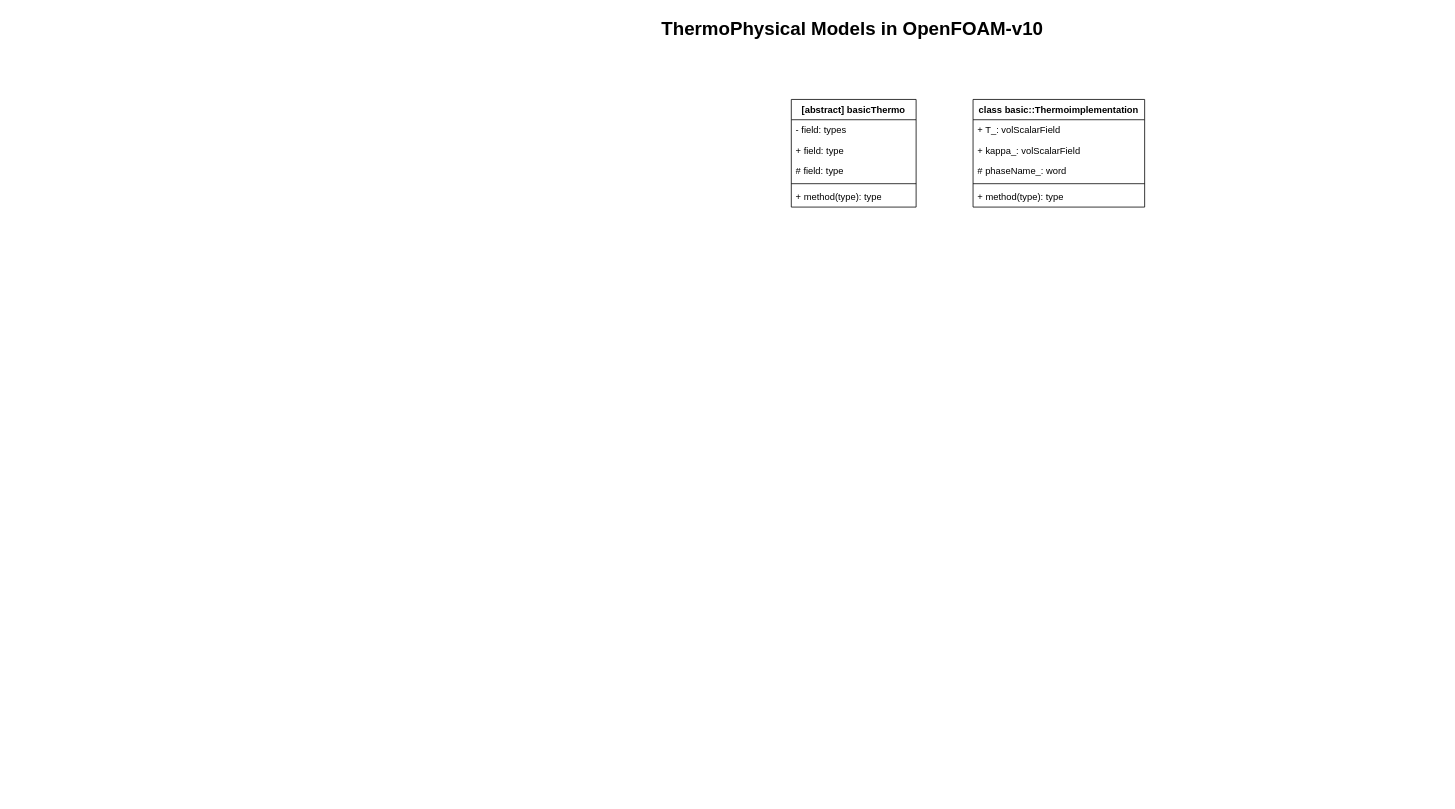
The draw.io diagram thermalPhysicalModels.drawio in MarcoYoung/drawIO, before the edit. Source tidied: cells renumbered, new cells numbered last; positions are measured from the earlier drawing's top-left corner, leaving out a move shared by most shapes. Both pictures are drawn from the tidied source at 78%, with x=0, y=0 at pixel (263, 13).
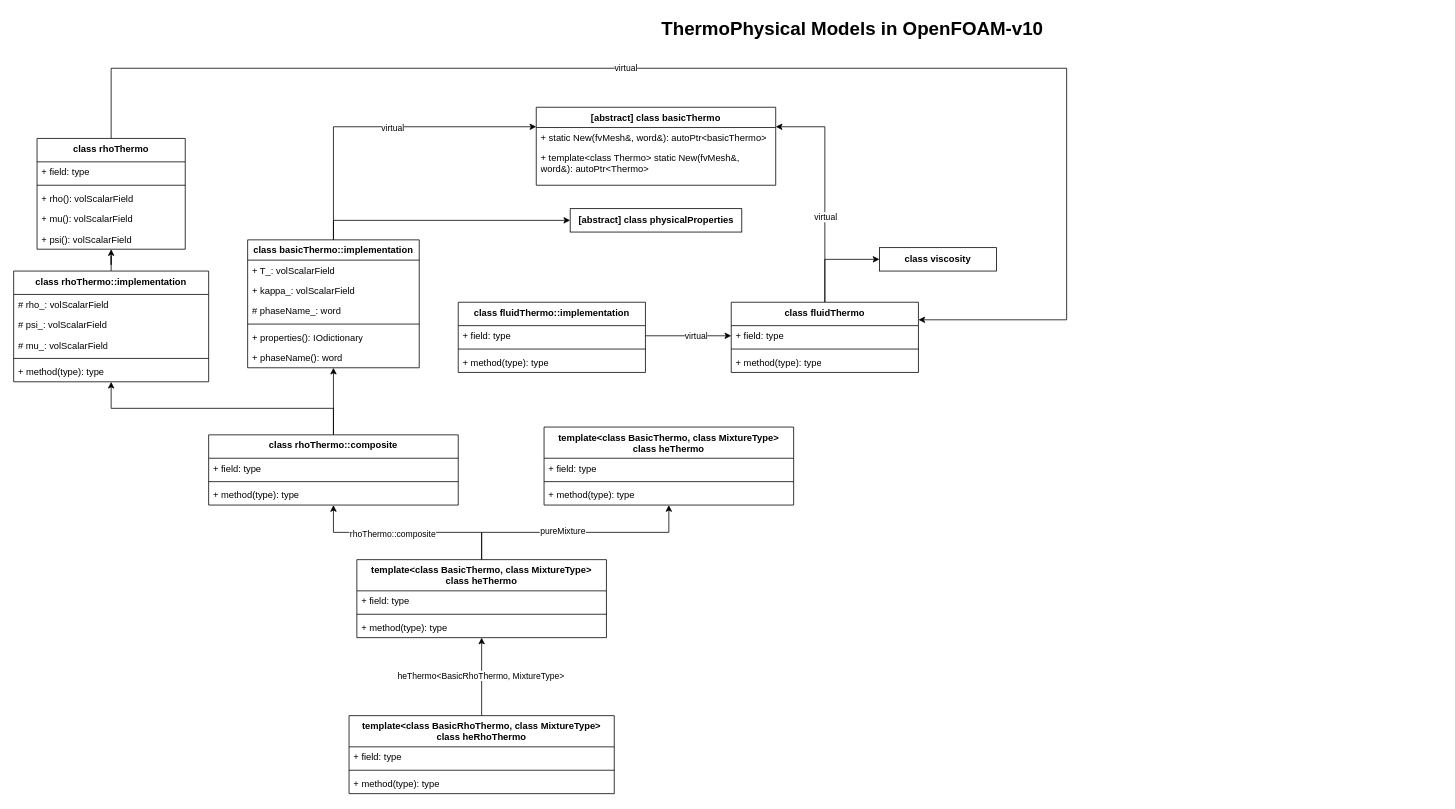
Above is the later version.

Change to the diagram source:
```diff
@@
-    <mxCell id="3" value="[abstract] basicThermo" style="swimlane;fontStyle=1;align=center;verticalAlign=top;horizontal=1;startSize=26;whiteSpace=wrap;html=1;" parent="1" vertex="1">
-      <mxGeometry x="677" y="110" width="160" height="138" as="geometry" />
+    <mxCell id="3" value="[abstract] class basicThermo" style="swimlane;fontStyle=1;align=center;verticalAlign=top;horizontal=1;startSize=26;whiteSpace=wrap;html=1;" parent="1" vertex="1">
+      <mxGeometry x="350" y="120" width="307" height="100" as="geometry" />
     </mxCell>
-    <mxCell id="4" value="- field: types" style="text;strokeColor=none;fillColor=none;align=left;verticalAlign=top;spacingLeft=4;spacingRight=4;overflow=hidden;whiteSpace=wrap;html=1;" parent="3" vertex="1">
-      <mxGeometry y="26" width="160" height="26" as="geometry" />
-    </mxCell>
-    <mxCell id="5" value="+ field: type" style="text;strokeColor=none;fillColor=none;align=left;verticalAlign=top;spacingLeft=4;spacingRight=4;overflow=hidden;whiteSpace=wrap;html=1;" parent="3" vertex="1">
-      <mxGeometry y="52" width="160" height="26" as="geometry" />
-    </mxCell>
-    <mxCell id="6" value="# field: type" style="text;strokeColor=none;fillColor=none;align=left;verticalAlign=top;spacingLeft=4;spacingRight=4;overflow=hidden;whiteSpace=wrap;html=1;" parent="3" vertex="1">
-      <mxGeometry y="78" width="160" height="26" as="geometry" />
-    </mxCell>
-    <mxCell id="7" style="line;strokeWidth=1;fillColor=none;align=left;verticalAlign=middle;spacingTop=-1;spacingLeft=3;spacingRight=3;labelPosition=right;strokeColor=inherit;" parent="3" vertex="1">
-      <mxGeometry y="104" width="160" height="8" as="geometry" />
-    </mxCell>
-    <mxCell id="8" value="+ method(type): type" style="text;strokeColor=none;fillColor=none;align=left;verticalAlign=top;spacingLeft=4;spacingRight=4;overflow=hidden;whiteSpace=wrap;html=1;" parent="3" vertex="1">
-      <mxGeometry y="112" width="160" height="26" as="geometry" />
+    <mxCell id="8" value="+ static New(fvMesh&amp;amp;, word&amp;amp;): autoPtr&amp;lt;basicThermo&amp;gt;" style="text;strokeColor=none;fillColor=none;align=left;verticalAlign=top;spacingLeft=4;spacingRight=4;overflow=hidden;whiteSpace=wrap;html=1;" parent="3" vertex="1">
+      <mxGeometry y="26" width="307" height="26" as="geometry" />
     </mxCell>
+    <mxCell id="15" value="+ template&amp;lt;class Thermo&amp;gt; static New(fvMesh&amp;amp;, word&amp;amp;): autoPtr&amp;lt;Thermo&amp;gt;" style="text;strokeColor=none;fillColor=none;align=left;verticalAlign=top;spacingLeft=4;spacingRight=4;overflow=hidden;whiteSpace=wrap;html=1;" parent="3" vertex="1">
+      <mxGeometry y="52" width="307" height="48" as="geometry" />
+    </mxCell>
+    <mxCell id="16" style="edgeStyle=orthogonalEdgeStyle;rounded=0;jettySize=auto;html=1;exitX=0.5;exitY=0;exitDx=0;exitDy=0;entryX=0;entryY=0.5;entryDx=0;entryDy=0;" parent="1" edge="1" source="9" target="18">
+      <mxGeometry relative="1" as="geometry" />
+    </mxCell>
-    <mxCell id="9" value="class basic::Thermoimplementation" style="swimlane;fontStyle=1;align=center;verticalAlign=top;horizontal=1;startSize=26;whiteSpace=wrap;html=1;" parent="1" vertex="1">
-      <mxGeometry x="910" y="110" width="220" height="138" as="geometry" />
+    <mxCell id="9" value="class basicThermo::implementation" style="swimlane;fontStyle=1;align=center;verticalAlign=top;horizontal=1;startSize=26;whiteSpace=wrap;html=1;" parent="1" vertex="1">
+      <mxGeometry x="-20" y="290" width="220" height="164" as="geometry" />
     </mxCell>
@@
-    <mxCell id="14" value="+ method(type): type" style="text;strokeColor=none;fillColor=none;align=left;verticalAlign=top;spacingLeft=4;spacingRight=4;overflow=hidden;whiteSpace=wrap;html=1;" parent="9" vertex="1">
+    <mxCell id="14" value="+ properties(): IOdictionary" style="text;strokeColor=none;fillColor=none;align=left;verticalAlign=top;spacingLeft=4;spacingRight=4;overflow=hidden;whiteSpace=wrap;html=1;" parent="9" vertex="1">
       <mxGeometry y="112" width="220" height="26" as="geometry" />
     </mxCell>
+    <mxCell id="17" value="+ phaseName(): word" style="text;strokeColor=none;fillColor=none;align=left;verticalAlign=top;spacingLeft=4;spacingRight=4;overflow=hidden;whiteSpace=wrap;html=1;" parent="9" vertex="1">
+      <mxGeometry y="138" width="220" height="26" as="geometry" />
+    </mxCell>
+    <mxCell id="18" value="&lt;b&gt;[abstract] class physicalProperties&lt;/b&gt;" style="html=1;whiteSpace=wrap;" parent="1" vertex="1">
+      <mxGeometry x="393.5" y="250" width="220" height="30" as="geometry" />
+    </mxCell>
+    <mxCell id="19" style="edgeStyle=orthogonalEdgeStyle;rounded=0;jettySize=auto;html=1;exitX=0.5;exitY=0;exitDx=0;exitDy=0;" parent="1" edge="1" source="21" target="29">
+      <mxGeometry relative="1" as="geometry" />
+    </mxCell>
+    <mxCell id="20" value="heThermo&amp;lt;BasicRhoThermo, MixtureType&amp;gt;" style="edgeLabel;html=1;align=center;verticalAlign=middle;" parent="19" vertex="1">
+      <mxGeometry x="0.06" y="2" relative="1" as="geometry">
+        <mxPoint y="1" as="offset" />
+      </mxGeometry>
+    </mxCell>
+    <mxCell id="21" value="&lt;div&gt;template&amp;lt;class BasicRhoThermo, class MixtureType&amp;gt;&lt;/div&gt;&lt;div&gt;class heRhoThermo&lt;/div&gt;" style="swimlane;fontStyle=1;align=center;verticalAlign=top;horizontal=1;startSize=40;whiteSpace=wrap;html=1;" parent="1" vertex="1">
+      <mxGeometry x="110" y="900" width="340" height="100" as="geometry" />
+    </mxCell>
+    <mxCell id="22" value="+ field: type" style="text;strokeColor=none;fillColor=none;align=left;verticalAlign=top;spacingLeft=4;spacingRight=4;overflow=hidden;whiteSpace=wrap;html=1;" parent="21" vertex="1">
+      <mxGeometry y="40" width="340" height="26" as="geometry" />
+    </mxCell>
+    <mxCell id="23" style="line;strokeWidth=1;fillColor=none;align=left;verticalAlign=middle;spacingTop=-1;spacingLeft=3;spacingRight=3;labelPosition=right;strokeColor=inherit;" parent="21" vertex="1">
+      <mxGeometry y="66" width="340" height="8" as="geometry" />
+    </mxCell>
+    <mxCell id="24" value="+ method(type): type" style="text;strokeColor=none;fillColor=none;align=left;verticalAlign=top;spacingLeft=4;spacingRight=4;overflow=hidden;whiteSpace=wrap;html=1;" parent="21" vertex="1">
+      <mxGeometry y="74" width="340" height="26" as="geometry" />
+    </mxCell>
+    <mxCell id="25" style="edgeStyle=orthogonalEdgeStyle;rounded=0;jettySize=auto;html=1;exitX=0.5;exitY=0;exitDx=0;exitDy=0;" parent="1" edge="1" source="29" target="33">
+      <mxGeometry relative="1" as="geometry" />
+    </mxCell>
+    <mxCell id="26" value="pureMixture" style="edgeLabel;html=1;align=center;verticalAlign=middle;" parent="25" vertex="1">
+      <mxGeometry x="-0.11" y="2" relative="1" as="geometry" />
+    </mxCell>
+    <mxCell id="27" style="edgeStyle=orthogonalEdgeStyle;rounded=0;jettySize=auto;html=1;exitX=0.5;exitY=0;exitDx=0;exitDy=0;" parent="1" edge="1" source="29" target="39">
+      <mxGeometry relative="1" as="geometry" />
+    </mxCell>
+    <mxCell id="28" value="rhoThermo::composite" style="edgeLabel;html=1;align=center;verticalAlign=middle;" parent="27" vertex="1">
+      <mxGeometry x="0.15" y="1" relative="1" as="geometry" />
+    </mxCell>
+    <mxCell id="29" value="&lt;div&gt;template&amp;lt;class BasicThermo, class MixtureType&amp;gt;&lt;/div&gt;&lt;div&gt;class heThermo&lt;/div&gt;" style="swimlane;fontStyle=1;align=center;verticalAlign=top;horizontal=1;startSize=40;whiteSpace=wrap;html=1;" parent="1" vertex="1">
+      <mxGeometry x="120" y="700" width="320" height="100" as="geometry" />
+    </mxCell>
+    <mxCell id="30" value="+ field: type" style="text;strokeColor=none;fillColor=none;align=left;verticalAlign=top;spacingLeft=4;spacingRight=4;overflow=hidden;whiteSpace=wrap;html=1;" parent="29" vertex="1">
+      <mxGeometry y="40" width="320" height="26" as="geometry" />
+    </mxCell>
+    <mxCell id="31" style="line;strokeWidth=1;fillColor=none;align=left;verticalAlign=middle;spacingTop=-1;spacingLeft=3;spacingRight=3;labelPosition=right;strokeColor=inherit;" parent="29" vertex="1">
+      <mxGeometry y="66" width="320" height="8" as="geometry" />
+    </mxCell>
+    <mxCell id="32" value="+ method(type): type" style="text;strokeColor=none;fillColor=none;align=left;verticalAlign=top;spacingLeft=4;spacingRight=4;overflow=hidden;whiteSpace=wrap;html=1;" parent="29" vertex="1">
+      <mxGeometry y="74" width="320" height="26" as="geometry" />
+    </mxCell>
+    <mxCell id="33" value="&lt;div&gt;template&amp;lt;class BasicThermo, class MixtureType&amp;gt;&lt;/div&gt;&lt;div&gt;class heThermo&lt;/div&gt;" style="swimlane;fontStyle=1;align=center;verticalAlign=top;horizontal=1;startSize=40;whiteSpace=wrap;html=1;" parent="1" vertex="1">
+      <mxGeometry x="360" y="530" width="320" height="100" as="geometry" />
+    </mxCell>
+    <mxCell id="34" value="+ field: type" style="text;strokeColor=none;fillColor=none;align=left;verticalAlign=top;spacingLeft=4;spacingRight=4;overflow=hidden;whiteSpace=wrap;html=1;" parent="33" vertex="1">
+      <mxGeometry y="40" width="320" height="26" as="geometry" />
+    </mxCell>
+    <mxCell id="35" style="line;strokeWidth=1;fillColor=none;align=left;verticalAlign=middle;spacingTop=-1;spacingLeft=3;spacingRight=3;labelPosition=right;strokeColor=inherit;" parent="33" vertex="1">
+      <mxGeometry y="66" width="320" height="8" as="geometry" />
+    </mxCell>
+    <mxCell id="36" value="+ method(type): type" style="text;strokeColor=none;fillColor=none;align=left;verticalAlign=top;spacingLeft=4;spacingRight=4;overflow=hidden;whiteSpace=wrap;html=1;" parent="33" vertex="1">
+      <mxGeometry y="74" width="320" height="26" as="geometry" />
+    </mxCell>
+    <mxCell id="37" style="edgeStyle=orthogonalEdgeStyle;rounded=0;jettySize=auto;html=1;" parent="1" edge="1" source="39" target="9">
+      <mxGeometry relative="1" as="geometry" />
+    </mxCell>
+    <mxCell id="38" style="edgeStyle=orthogonalEdgeStyle;rounded=0;jettySize=auto;html=1;exitX=0.5;exitY=0;exitDx=0;exitDy=0;" parent="1" edge="1" source="39" target="48">
+      <mxGeometry relative="1" as="geometry" />
+    </mxCell>
+    <mxCell id="39" value="&lt;div&gt;&lt;span style=&quot;background-color: transparent; color: light-dark(rgb(0, 0, 0), rgb(255, 255, 255));&quot;&gt;class rhoThermo::composite&lt;/span&gt;&lt;/div&gt;" style="swimlane;fontStyle=1;align=center;verticalAlign=top;horizontal=1;startSize=30;whiteSpace=wrap;html=1;" parent="1" vertex="1">
+      <mxGeometry x="-70" y="540" width="320" height="90" as="geometry" />
+    </mxCell>
+    <mxCell id="40" value="+ field: type" style="text;strokeColor=none;fillColor=none;align=left;verticalAlign=top;spacingLeft=4;spacingRight=4;overflow=hidden;whiteSpace=wrap;html=1;" parent="39" vertex="1">
+      <mxGeometry y="30" width="320" height="26" as="geometry" />
+    </mxCell>
+    <mxCell id="41" style="line;strokeWidth=1;fillColor=none;align=left;verticalAlign=middle;spacingTop=-1;spacingLeft=3;spacingRight=3;labelPosition=right;strokeColor=inherit;" parent="39" vertex="1">
+      <mxGeometry y="56" width="320" height="8" as="geometry" />
+    </mxCell>
+    <mxCell id="42" value="+ method(type): type" style="text;strokeColor=none;fillColor=none;align=left;verticalAlign=top;spacingLeft=4;spacingRight=4;overflow=hidden;whiteSpace=wrap;html=1;" parent="39" vertex="1">
+      <mxGeometry y="64" width="320" height="26" as="geometry" />
+    </mxCell>
+    <mxCell id="43" value="&lt;div&gt;&lt;span style=&quot;background-color: transparent; color: light-dark(rgb(0, 0, 0), rgb(255, 255, 255));&quot;&gt;class fluidThermo::implementation&lt;/span&gt;&lt;/div&gt;" style="swimlane;fontStyle=1;align=center;verticalAlign=top;horizontal=1;startSize=30;whiteSpace=wrap;html=1;" parent="1" vertex="1">
+      <mxGeometry x="250" y="370" width="240" height="90" as="geometry" />
+    </mxCell>
+    <mxCell id="44" value="+ field: type" style="text;strokeColor=none;fillColor=none;align=left;verticalAlign=top;spacingLeft=4;spacingRight=4;overflow=hidden;points=[[0,0.5],[1,0.5]];portConstraint=eastwest;whiteSpace=wrap;html=1;" parent="43" vertex="1">
+      <mxGeometry y="30" width="240" height="26" as="geometry" />
+    </mxCell>
+    <mxCell id="45" style="line;strokeWidth=1;fillColor=none;align=left;verticalAlign=middle;spacingTop=-1;spacingLeft=3;spacingRight=3;labelPosition=right;strokeColor=inherit;" parent="43" vertex="1">
+      <mxGeometry y="56" width="240" height="8" as="geometry" />
+    </mxCell>
+    <mxCell id="46" value="+ method(type): type" style="text;strokeColor=none;fillColor=none;align=left;verticalAlign=top;spacingLeft=4;spacingRight=4;overflow=hidden;whiteSpace=wrap;html=1;" parent="43" vertex="1">
+      <mxGeometry y="64" width="240" height="26" as="geometry" />
+    </mxCell>
+    <mxCell id="47" style="edgeStyle=orthogonalEdgeStyle;rounded=0;jettySize=auto;html=1;" parent="1" edge="1" source="48" target="56">
+      <mxGeometry relative="1" as="geometry" />
+    </mxCell>
+    <mxCell id="48" value="&lt;div&gt;&lt;span style=&quot;background-color: transparent; color: light-dark(rgb(0, 0, 0), rgb(255, 255, 255));&quot;&gt;class rhoThermo::implementation&lt;/span&gt;&lt;/div&gt;" style="swimlane;fontStyle=1;align=center;verticalAlign=top;horizontal=1;startSize=30;whiteSpace=wrap;html=1;" parent="1" vertex="1">
+      <mxGeometry x="-320" y="330" width="250" height="142" as="geometry" />
+    </mxCell>
+    <mxCell id="49" value="# rho_: volScalarField" style="text;strokeColor=none;fillColor=none;align=left;verticalAlign=top;spacingLeft=4;spacingRight=4;overflow=hidden;whiteSpace=wrap;html=1;" parent="48" vertex="1">
+      <mxGeometry y="30" width="250" height="26" as="geometry" />
+    </mxCell>
+    <mxCell id="50" value="# psi_: volScalarField" style="text;strokeColor=none;fillColor=none;align=left;verticalAlign=top;spacingLeft=4;spacingRight=4;overflow=hidden;whiteSpace=wrap;html=1;" parent="48" vertex="1">
+      <mxGeometry y="56" width="250" height="26" as="geometry" />
+    </mxCell>
+    <mxCell id="51" value="# mu_: volScalarField" style="text;strokeColor=none;fillColor=none;align=left;verticalAlign=top;spacingLeft=4;spacingRight=4;overflow=hidden;whiteSpace=wrap;html=1;" parent="48" vertex="1">
+      <mxGeometry y="82" width="250" height="26" as="geometry" />
+    </mxCell>
+    <mxCell id="52" style="line;strokeWidth=1;fillColor=none;align=left;verticalAlign=middle;spacingTop=-1;spacingLeft=3;spacingRight=3;labelPosition=right;strokeColor=inherit;" parent="48" vertex="1">
+      <mxGeometry y="108" width="250" height="8" as="geometry" />
+    </mxCell>
+    <mxCell id="53" value="+ method(type): type" style="text;strokeColor=none;fillColor=none;align=left;verticalAlign=top;spacingLeft=4;spacingRight=4;overflow=hidden;whiteSpace=wrap;html=1;" parent="48" vertex="1">
+      <mxGeometry y="116" width="250" height="26" as="geometry" />
+    </mxCell>
+    <mxCell id="54" style="edgeStyle=orthogonalEdgeStyle;rounded=0;jettySize=auto;html=1;exitX=0.5;exitY=0;exitDx=0;exitDy=0;entryX=1;entryY=0.25;entryDx=0;entryDy=0;" parent="1" edge="1" source="56" target="67">
+      <mxGeometry relative="1" as="geometry">
+        <Array as="points">
+          <mxPoint x="-195" y="70" />
+          <mxPoint x="1030" y="70" />
+          <mxPoint x="1030" y="392" />
+        </Array>
+      </mxGeometry>
+    </mxCell>
+    <mxCell id="55" value="virtual" style="edgeLabel;html=1;align=center;verticalAlign=middle;" parent="54" vertex="1">
+      <mxGeometry x="-0.18" y="1" relative="1" as="geometry" />
+    </mxCell>
+    <mxCell id="56" value="&lt;div&gt;&lt;span style=&quot;background-color: transparent; color: light-dark(rgb(0, 0, 0), rgb(255, 255, 255));&quot;&gt;class rhoThermo&lt;/span&gt;&lt;/div&gt;" style="swimlane;fontStyle=1;align=center;verticalAlign=top;horizontal=1;startSize=30;whiteSpace=wrap;html=1;" parent="1" vertex="1">
+      <mxGeometry x="-290" y="160" width="190" height="142" as="geometry" />
+    </mxCell>
+    <mxCell id="57" value="+ field: type" style="text;strokeColor=none;fillColor=none;align=left;verticalAlign=top;spacingLeft=4;spacingRight=4;overflow=hidden;whiteSpace=wrap;html=1;" parent="56" vertex="1">
+      <mxGeometry y="30" width="190" height="26" as="geometry" />
+    </mxCell>
+    <mxCell id="58" style="line;strokeWidth=1;fillColor=none;align=left;verticalAlign=middle;spacingTop=-1;spacingLeft=3;spacingRight=3;labelPosition=right;strokeColor=inherit;" parent="56" vertex="1">
+      <mxGeometry y="56" width="190" height="8" as="geometry" />
+    </mxCell>
+    <mxCell id="59" value="+ rho(): volScalarField" style="text;strokeColor=none;fillColor=none;align=left;verticalAlign=top;spacingLeft=4;spacingRight=4;overflow=hidden;whiteSpace=wrap;html=1;" parent="56" vertex="1">
+      <mxGeometry y="64" width="190" height="26" as="geometry" />
+    </mxCell>
+    <mxCell id="60" value="+ mu(): volScalarField" style="text;strokeColor=none;fillColor=none;align=left;verticalAlign=top;spacingLeft=4;spacingRight=4;overflow=hidden;whiteSpace=wrap;html=1;" parent="56" vertex="1">
+      <mxGeometry y="90" width="190" height="26" as="geometry" />
+    </mxCell>
+    <mxCell id="61" value="+ psi(): volScalarField" style="text;strokeColor=none;fillColor=none;align=left;verticalAlign=top;spacingLeft=4;spacingRight=4;overflow=hidden;whiteSpace=wrap;html=1;" parent="56" vertex="1">
+      <mxGeometry y="116" width="190" height="26" as="geometry" />
+    </mxCell>
+    <mxCell id="62" style="edgeStyle=orthogonalEdgeStyle;rounded=0;jettySize=auto;html=1;exitX=0.5;exitY=0;exitDx=0;exitDy=0;entryX=0;entryY=0.25;entryDx=0;entryDy=0;" parent="1" edge="1" source="9" target="3">
+      <mxGeometry relative="1" as="geometry" />
+    </mxCell>
+    <mxCell id="63" value="virtual" style="edgeLabel;html=1;align=center;verticalAlign=middle;" parent="62" vertex="1">
+      <mxGeometry x="0.08" y="-5" relative="1" as="geometry">
+        <mxPoint x="1" y="-4" as="offset" />
+      </mxGeometry>
+    </mxCell>
+    <mxCell id="64" style="edgeStyle=orthogonalEdgeStyle;rounded=0;jettySize=auto;html=1;exitX=0.5;exitY=0;exitDx=0;exitDy=0;entryX=1;entryY=0.25;entryDx=0;entryDy=0;" parent="1" edge="1" source="67" target="3">
+      <mxGeometry relative="1" as="geometry" />
+    </mxCell>
+    <mxCell id="65" value="virtual" style="edgeLabel;html=1;align=center;verticalAlign=middle;" parent="64" vertex="1">
+      <mxGeometry x="-0.23" relative="1" as="geometry">
+        <mxPoint y="1" as="offset" />
+      </mxGeometry>
+    </mxCell>
+    <mxCell id="66" style="edgeStyle=orthogonalEdgeStyle;rounded=0;jettySize=auto;html=1;exitX=0.5;exitY=0;exitDx=0;exitDy=0;entryX=0;entryY=0.5;entryDx=0;entryDy=0;" parent="1" edge="1" source="67" target="73">
+      <mxGeometry relative="1" as="geometry" />
+    </mxCell>
+    <mxCell id="67" value="&lt;div&gt;&lt;span style=&quot;background-color: transparent; color: light-dark(rgb(0, 0, 0), rgb(255, 255, 255));&quot;&gt;class fluidThermo&lt;/span&gt;&lt;/div&gt;" style="swimlane;fontStyle=1;align=center;verticalAlign=top;horizontal=1;startSize=30;whiteSpace=wrap;html=1;" parent="1" vertex="1">
+      <mxGeometry x="600" y="370" width="240" height="90" as="geometry" />
+    </mxCell>
+    <mxCell id="68" value="+ field: type" style="text;strokeColor=none;fillColor=none;align=left;verticalAlign=top;spacingLeft=4;spacingRight=4;overflow=hidden;points=[[0,0.5],[1,0.5]];portConstraint=eastwest;whiteSpace=wrap;html=1;" parent="67" vertex="1">
+      <mxGeometry y="30" width="240" height="26" as="geometry" />
+    </mxCell>
+    <mxCell id="69" style="line;strokeWidth=1;fillColor=none;align=left;verticalAlign=middle;spacingTop=-1;spacingLeft=3;spacingRight=3;labelPosition=right;strokeColor=inherit;" parent="67" vertex="1">
+      <mxGeometry y="56" width="240" height="8" as="geometry" />
+    </mxCell>
+    <mxCell id="70" value="+ method(type): type" style="text;strokeColor=none;fillColor=none;align=left;verticalAlign=top;spacingLeft=4;spacingRight=4;overflow=hidden;whiteSpace=wrap;html=1;" parent="67" vertex="1">
+      <mxGeometry y="64" width="240" height="26" as="geometry" />
+    </mxCell>
+    <mxCell id="71" style="edgeStyle=orthogonalEdgeStyle;rounded=0;jettySize=auto;html=1;exitX=1;exitY=0.5;exitDx=0;exitDy=0;entryX=0;entryY=0.5;entryDx=0;entryDy=0;" parent="1" edge="1" source="44" target="68">
+      <mxGeometry relative="1" as="geometry" />
+    </mxCell>
+    <mxCell id="72" value="virtual" style="edgeLabel;html=1;align=center;verticalAlign=middle;" parent="71" vertex="1">
+      <mxGeometry x="0.16" y="1" relative="1" as="geometry" />
+    </mxCell>
+    <mxCell id="73" value="&lt;b&gt;class viscosity&lt;/b&gt;" style="html=1;whiteSpace=wrap;" parent="1" vertex="1">
+      <mxGeometry x="790" y="300" width="150" height="30" as="geometry" />
+    </mxCell>
```
